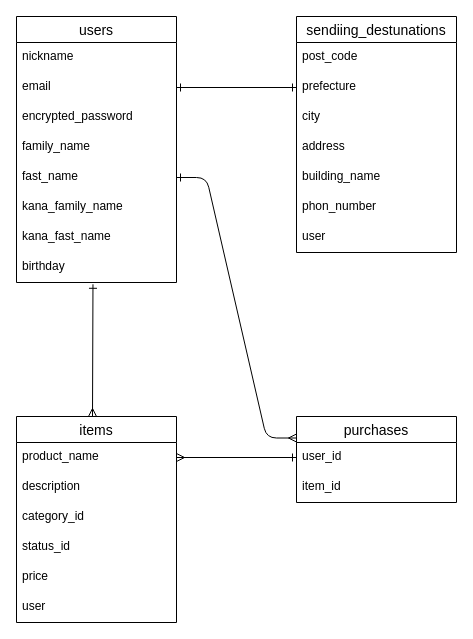
The draw.io diagram furima.dio in aimpcr/furima-38488, before the edit. Source tidied: cells renumbered, new cells numbered last; positions are measured from the earlier drawing's top-left corner, leaving out a move shared by most shapes. Both pictures are drawn from the tidied source at 100%, with x=0, y=0 at pixel (16, 16).
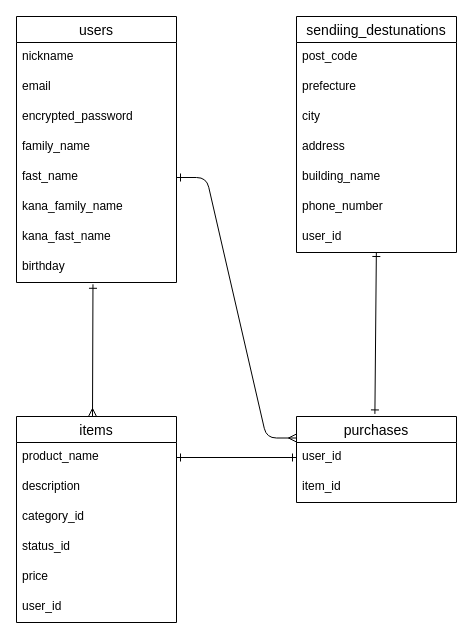
The same page after the edit.

Unchanged cells that the change refers to:
```xml
<mxCell id="4" value="email" style="text;strokeColor=none;fillColor=none;spacingLeft=4;spacingRight=4;overflow=hidden;points=[[0,0.5],[1,0.5]];portConstraint=eastwest;fontSize=12;" parent="2" vertex="1">
  <mxGeometry y="56" width="160" height="30" as="geometry" />
</mxCell>
<mxCell id="11" value="items" style="swimlane;fontStyle=0;horizontal=1;startSize=26;align=center;fontSize=14;" parent="1" vertex="1">
  <mxGeometry y="400" width="160" height="206" as="geometry" />
</mxCell>
<mxCell id="12" value="product_name" style="text;strokeColor=none;fillColor=none;spacingLeft=4;spacingRight=4;overflow=hidden;points=[[0,0.5],[1,0.5]];portConstraint=eastwest;fontSize=12;" parent="11" vertex="1">
  <mxGeometry y="26" width="160" height="30" as="geometry" />
</mxCell>
<mxCell id="19" value="sendiing_destunations" style="swimlane;fontStyle=0;horizontal=1;startSize=26;align=center;fontSize=14;" parent="1" vertex="1">
  <mxGeometry x="280" width="160" height="236" as="geometry" />
</mxCell>
<mxCell id="28" value="purchases" style="swimlane;fontStyle=0;horizontal=1;startSize=26;align=center;fontSize=14;" parent="1" vertex="1">
  <mxGeometry x="280" y="400" width="160" height="86" as="geometry" />
</mxCell>
<mxCell id="29" value="user_id" style="text;strokeColor=none;fillColor=none;spacingLeft=4;spacingRight=4;overflow=hidden;points=[[0,0.5],[1,0.5]];portConstraint=eastwest;fontSize=12;" parent="28" vertex="1">
  <mxGeometry y="26" width="160" height="30" as="geometry" />
</mxCell>
```

Diff of the diagram source:
```diff
@@
-    <mxCell id="17" value="user" style="text;strokeColor=none;fillColor=none;spacingLeft=4;spacingRight=4;overflow=hidden;fontSize=12;" parent="11" vertex="1">
+    <mxCell id="17" value="user_id" style="text;strokeColor=none;fillColor=none;spacingLeft=4;spacingRight=4;overflow=hidden;fontSize=12;" parent="11" vertex="1">
       <mxGeometry y="176" width="160" height="30" as="geometry" />
     </mxCell>
-    <mxCell id="18" style="endArrow=ERone;html=1;rounded=0;exitX=1;exitY=0.5;exitDx=0;exitDy=0;entryX=0;entryY=0.5;entryDx=0;entryDy=0;startArrow=ERone;startFill=0;endFill=0;" parent="1" edge="1" source="4">
-      <mxGeometry relative="1" as="geometry">
-        <mxPoint x="280" y="71" as="targetPoint" />
-      </mxGeometry>
-    </mxCell>
@@
-    <mxCell id="25" value="phon_number" style="text;strokeColor=none;fillColor=none;spacingLeft=4;spacingRight=4;overflow=hidden;fontSize=12;" parent="19" vertex="1">
+    <mxCell id="25" value="phone_number" style="text;strokeColor=none;fillColor=none;spacingLeft=4;spacingRight=4;overflow=hidden;fontSize=12;" parent="19" vertex="1">
       <mxGeometry y="176" width="160" height="30" as="geometry" />
     </mxCell>
-    <mxCell id="26" value="user" style="text;strokeColor=none;fillColor=none;spacingLeft=4;spacingRight=4;overflow=hidden;points=[[0,0.5],[1,0.5]];portConstraint=eastwest;fontSize=12;" parent="19" vertex="1">
+    <mxCell id="26" value="user_id" style="text;strokeColor=none;fillColor=none;spacingLeft=4;spacingRight=4;overflow=hidden;points=[[0,0.5],[1,0.5]];portConstraint=eastwest;fontSize=12;" parent="19" vertex="1">
       <mxGeometry y="206" width="160" height="30" as="geometry" />
     </mxCell>
@@
-    <mxCell id="31" style="endArrow=ERmany;html=1;rounded=0;exitX=0;exitY=0.5;exitDx=0;exitDy=0;startArrow=ERone;startFill=0;endFill=0;entryX=1;entryY=0.5;entryDx=0;entryDy=0;" parent="1" edge="1" source="29" target="12">
+    <mxCell id="31" style="endArrow=ERone;html=1;rounded=0;exitX=0;exitY=0.5;exitDx=0;exitDy=0;startArrow=ERone;startFill=0;endFill=0;entryX=1;entryY=0.5;entryDx=0;entryDy=0;" parent="1" edge="1" source="29" target="12">
       <mxGeometry relative="1" as="geometry" />
     </mxCell>
@@
+    <mxCell id="33" style="endArrow=ERone;html=1;rounded=0;startArrow=ERone;startFill=0;endFill=0;entryX=0.49;entryY=-0.03;entryDx=0;entryDy=0;entryPerimeter=0;" parent="1" edge="1" source="26" target="28">
+      <mxGeometry relative="1" as="geometry" />
+    </mxCell>
```
